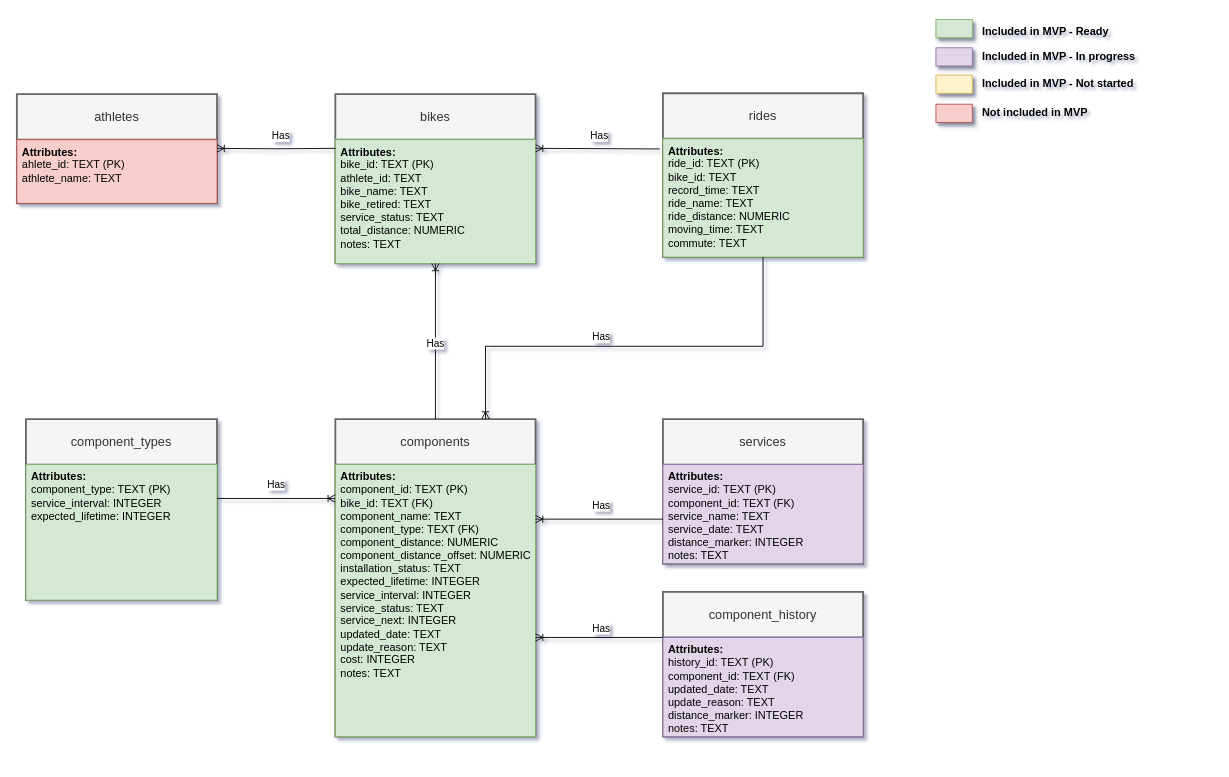
Before: page "Database structure" (5 of 7) of docs/all_diagrams.drawio in xivind/velo-supervisor-2000, a draw.io diagram. Source tidied: cells renumbered, new cells numbered last; positions are measured from the earlier drawing's top-left corner, leaving out a move shared by most shapes. Both pictures are drawn from the tidied source at 91%, with x=0, y=0 at pixel (16, 17).
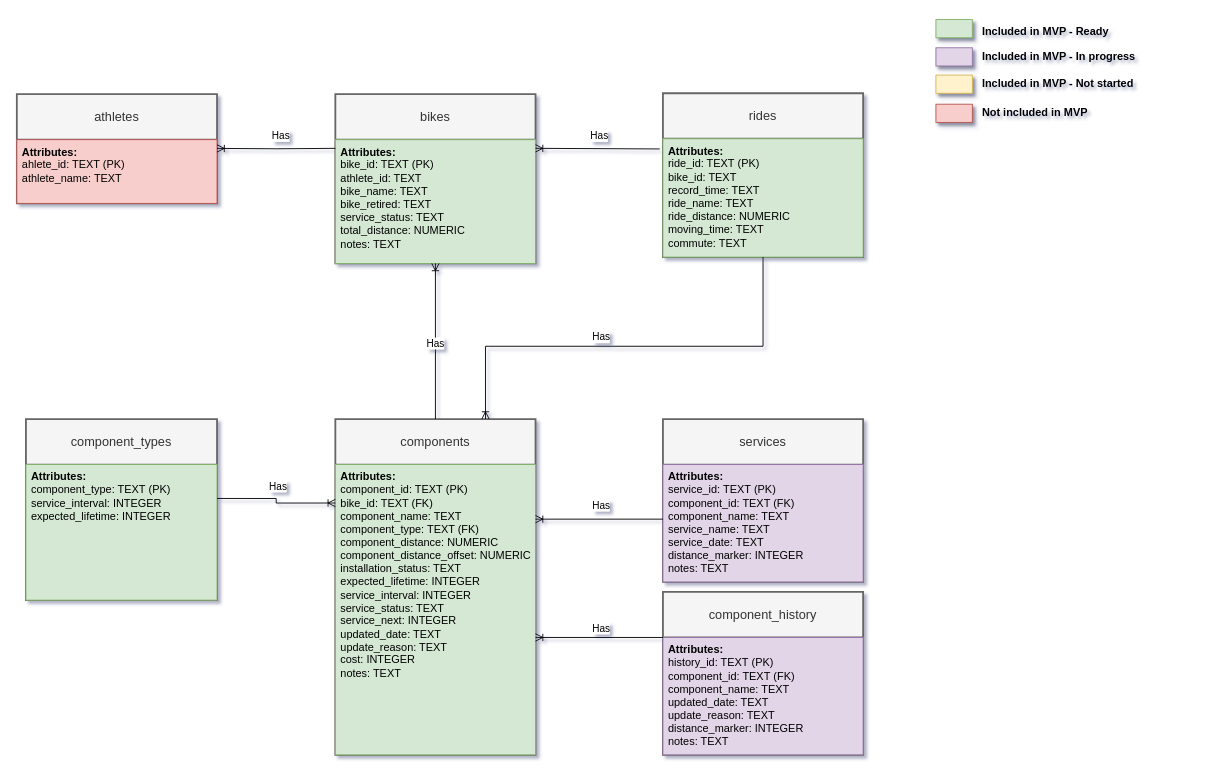
The same page after the edit.

Commit message:
Changes in services and component_history

The edit, as a diff of the source:
```diff
@@
     <mxCell id="8" value="components" style="swimlane;horizontal=1;startSize=50;rounded=0;fontSize=14;fontStyle=0;strokeWidth=2;shadow=0;dashed=0;align=center;arcSize=0;whiteSpace=wrap;html=1;fillColor=#f5f5f5;strokeColor=#666666;fontColor=#333333;" parent="1" vertex="1">
-      <mxGeometry x="350" y="441" width="220" height="349" as="geometry" />
+      <mxGeometry x="350" y="441" width="220" height="369" as="geometry" />
     </mxCell>
     <mxCell id="9" value="&lt;div&gt;&lt;span style=&quot;background-color: initial;&quot;&gt;&lt;b&gt;Attributes:&lt;/b&gt;&lt;/span&gt;&lt;/div&gt;&lt;div&gt;&lt;span style=&quot;background-color: initial;&quot;&gt;component_id&lt;/span&gt;&lt;span style=&quot;background-color: initial;&quot;&gt;: TEXT&lt;/span&gt;&lt;span style=&quot;background-color: initial;&quot;&gt;&amp;nbsp;(PK)&lt;/span&gt;&lt;/div&gt;&lt;div&gt;bike_id&lt;span style=&quot;background-color: initial;&quot;&gt;: TEXT (FK)&lt;/span&gt;&lt;/div&gt;component_name: TEXT&lt;div&gt;component_type&lt;span style=&quot;background-color: initial;&quot;&gt;: TEXT (FK)&lt;/span&gt;&lt;/div&gt;&lt;div&gt;component_distance&lt;span style=&quot;background-color: initial;&quot;&gt;: NUMERIC&lt;/span&gt;&lt;br&gt;&lt;/div&gt;&lt;div&gt;component_distance_offset&lt;span style=&quot;background-color: initial;&quot;&gt;: NUMERIC&lt;/span&gt;&lt;br&gt;&lt;/div&gt;&lt;div&gt;installation_status&lt;span style=&quot;background-color: initial;&quot;&gt;: TEXT&lt;/span&gt;&lt;/div&gt;&lt;div&gt;expected_lifetime&lt;span style=&quot;background-color: initial;&quot;&gt;:&amp;nbsp;&lt;/span&gt;&lt;span style=&quot;background-color: initial;&quot;&gt;INTEGER&lt;/span&gt;&lt;br&gt;&lt;/div&gt;&lt;div&gt;service_interval&lt;span style=&quot;background-color: initial;&quot;&gt;: INTEGER&lt;/span&gt;&lt;/div&gt;&lt;div&gt;service_status&lt;span style=&quot;background-color: initial;&quot;&gt;: TEXT&lt;/span&gt;&lt;/div&gt;&lt;div&gt;service_next&lt;span style=&quot;background-color: initial;&quot;&gt;:&amp;nbsp;&lt;/span&gt;&lt;span style=&quot;background-color: initial;&quot;&gt;INTEGER&lt;/span&gt;&lt;/div&gt;&lt;div&gt;&lt;span style=&quot;background-color: initial;&quot;&gt;updated_d&lt;/span&gt;&lt;span style=&quot;background-color: initial;&quot;&gt;ate&lt;/span&gt;&lt;span style=&quot;background-color: initial;&quot;&gt;: TEXT&lt;/span&gt;&lt;br&gt;&lt;/div&gt;&lt;div&gt;update_reason&lt;span style=&quot;background-color: initial;&quot;&gt;: TEXT&lt;/span&gt;&lt;/div&gt;&lt;div&gt;cost&lt;span style=&quot;background-color: initial;&quot;&gt;:&amp;nbsp;&lt;/span&gt;&lt;span style=&quot;background-color: initial;&quot;&gt;INTEGER&lt;/span&gt;&lt;/div&gt;&lt;div&gt;notes&lt;span style=&quot;background-color: initial;&quot;&gt;: TEXT&lt;/span&gt;&lt;/div&gt;" style="align=left;spacingLeft=4;fontSize=12;verticalAlign=top;html=1;rounded=0;fillColor=#d5e8d4;strokeColor=#82b366;" parent="8" vertex="1">
-      <mxGeometry y="50" width="220" height="299" as="geometry" />
+      <mxGeometry y="50" width="220" height="319" as="geometry" />
     </mxCell>
     <mxCell id="10" value="services" style="swimlane;horizontal=1;startSize=50;rounded=0;fontSize=14;fontStyle=0;strokeWidth=2;shadow=0;dashed=0;align=center;arcSize=0;whiteSpace=wrap;html=1;fillColor=#f5f5f5;fontColor=#333333;strokeColor=#666666;" parent="1" vertex="1">
-      <mxGeometry x="710" y="441" width="220" height="159" as="geometry" />
+      <mxGeometry x="710" y="441" width="220" height="179" as="geometry" />
     </mxCell>
-    <mxCell id="11" value="&lt;div&gt;&lt;b&gt;Attributes:&lt;/b&gt;&lt;br&gt;&lt;/div&gt;&lt;div&gt;service_id&lt;span style=&quot;background-color: initial;&quot;&gt;: TEXT&lt;/span&gt;&lt;span style=&quot;background-color: initial;&quot;&gt;&amp;nbsp;(PK)&lt;/span&gt;&lt;/div&gt;&lt;div&gt;component_id&lt;span style=&quot;background-color: initial;&quot;&gt;: TEXT (FK)&lt;/span&gt;&lt;/div&gt;&lt;div&gt;service_name&lt;span style=&quot;background-color: initial;&quot;&gt;: TEXT&lt;/span&gt;&lt;/div&gt;service_date: TEXT&lt;div&gt;distance_marker: INTEGER&lt;/div&gt;&lt;div&gt;&lt;div&gt;notes&lt;span style=&quot;background-color: initial;&quot;&gt;: TEXT&lt;/span&gt;&lt;/div&gt;&lt;/div&gt;" style="align=left;spacingLeft=4;fontSize=12;verticalAlign=top;html=1;rounded=0;fillColor=#e1d5e7;strokeColor=#9673a6;" parent="10" vertex="1">
-      <mxGeometry y="50" width="220" height="109" as="geometry" />
+    <mxCell id="11" value="&lt;div&gt;&lt;b&gt;Attributes:&lt;/b&gt;&lt;br&gt;&lt;/div&gt;&lt;div&gt;service_id&lt;span style=&quot;background-color: initial;&quot;&gt;: TEXT&lt;/span&gt;&lt;span style=&quot;background-color: initial;&quot;&gt;&amp;nbsp;(PK)&lt;/span&gt;&lt;/div&gt;&lt;div&gt;&lt;span style=&quot;background-color: initial;&quot;&gt;component_id&lt;/span&gt;&lt;span style=&quot;background-color: initial;&quot;&gt;: TEXT (FK)&lt;/span&gt;&lt;br&gt;&lt;/div&gt;&lt;div&gt;component_name: TEXT&lt;br&gt;&lt;/div&gt;&lt;div&gt;service_name&lt;span style=&quot;background-color: initial;&quot;&gt;: TEXT&lt;/span&gt;&lt;/div&gt;service_date: TEXT&lt;div&gt;distance_marker: INTEGER&lt;/div&gt;&lt;div&gt;&lt;div&gt;notes&lt;span style=&quot;background-color: initial;&quot;&gt;: TEXT&lt;/span&gt;&lt;/div&gt;&lt;/div&gt;" style="align=left;spacingLeft=4;fontSize=12;verticalAlign=top;html=1;rounded=0;fillColor=#e1d5e7;strokeColor=#9673a6;" parent="10" vertex="1">
+      <mxGeometry y="50" width="220" height="129" as="geometry" />
     </mxCell>
@@
     <mxCell id="26" value="component_history" style="swimlane;horizontal=1;startSize=50;rounded=0;fontSize=14;fontStyle=0;strokeWidth=2;shadow=0;dashed=0;align=center;arcSize=0;whiteSpace=wrap;html=1;fillColor=#f5f5f5;strokeColor=#666666;fontColor=#333333;" parent="1" vertex="1">
-      <mxGeometry x="710" y="631" width="220" height="159" as="geometry" />
+      <mxGeometry x="710" y="631" width="220" height="179" as="geometry" />
     </mxCell>
-    <mxCell id="27" value="&lt;div&gt;&lt;b&gt;Attributes:&lt;/b&gt;&lt;br&gt;&lt;/div&gt;&lt;div&gt;history_id&lt;span style=&quot;background-color: initial;&quot;&gt;: TEXT&lt;/span&gt;&lt;span style=&quot;background-color: initial;&quot;&gt;&amp;nbsp;(PK)&lt;/span&gt;&lt;br&gt;&lt;/div&gt;&lt;div&gt;component_id&lt;span style=&quot;background-color: initial;&quot;&gt;: TEXT&amp;nbsp;&lt;/span&gt;&lt;span style=&quot;background-color: initial;&quot;&gt;(FK)&lt;/span&gt;&lt;/div&gt;&lt;div&gt;updated_date&lt;span style=&quot;background-color: initial;&quot;&gt;: TEXT&lt;/span&gt;&lt;/div&gt;&lt;div&gt;update_reason&lt;span style=&quot;background-color: initial;&quot;&gt;: TEXT&lt;/span&gt;&lt;/div&gt;&lt;div&gt;distance_marker: INTEGER&lt;/div&gt;&lt;div&gt;&lt;span style=&quot;background-color: initial;&quot;&gt;notes: TEXT&lt;/span&gt;&lt;/div&gt;" style="align=left;spacingLeft=4;fontSize=12;verticalAlign=top;html=1;rounded=0;fillColor=#e1d5e7;strokeColor=#9673a6;" parent="26" vertex="1">
-      <mxGeometry y="50" width="220" height="109" as="geometry" />
+    <mxCell id="27" value="&lt;div&gt;&lt;b&gt;Attributes:&lt;/b&gt;&lt;br&gt;&lt;/div&gt;&lt;div&gt;history_id&lt;span style=&quot;background-color: initial;&quot;&gt;: TEXT&lt;/span&gt;&lt;span style=&quot;background-color: initial;&quot;&gt;&amp;nbsp;(PK)&lt;/span&gt;&lt;br&gt;&lt;/div&gt;&lt;div&gt;component_id&lt;span style=&quot;background-color: initial;&quot;&gt;: TEXT&amp;nbsp;&lt;/span&gt;&lt;span style=&quot;background-color: initial;&quot;&gt;(FK)&lt;/span&gt;&lt;/div&gt;&lt;div&gt;component_name: TEXT&lt;br&gt;&lt;/div&gt;&lt;div&gt;updated_date&lt;span style=&quot;background-color: initial;&quot;&gt;: TEXT&lt;/span&gt;&lt;/div&gt;&lt;div&gt;update_reason&lt;span style=&quot;background-color: initial;&quot;&gt;: TEXT&lt;/span&gt;&lt;/div&gt;&lt;div&gt;distance_marker: INTEGER&lt;/div&gt;&lt;div&gt;&lt;span style=&quot;background-color: initial;&quot;&gt;notes: TEXT&lt;/span&gt;&lt;/div&gt;" style="align=left;spacingLeft=4;fontSize=12;verticalAlign=top;html=1;rounded=0;fillColor=#e1d5e7;strokeColor=#9673a6;" parent="26" vertex="1">
+      <mxGeometry y="50" width="220" height="129" as="geometry" />
     </mxCell>
```
